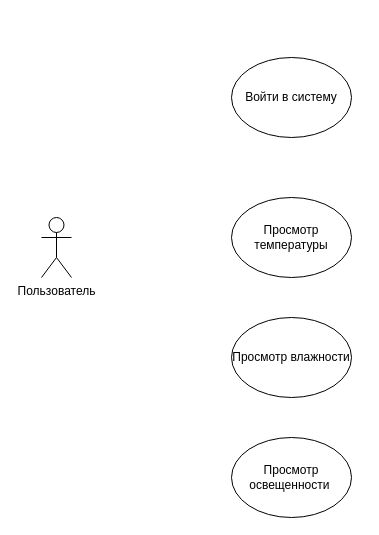
Earlier version of the draw.io diagram 10iot.drawio (Merfarion/Diagrams-and-schemes). Source tidied: cells renumbered, new cells numbered last; positions are measured from the earlier drawing's top-left corner, leaving out a move shared by most shapes. Both pictures are drawn from the tidied source at 100%, with x=0, y=0 at pixel (41, 57).
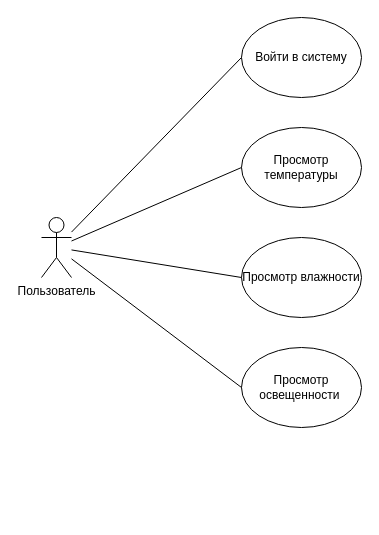
The same diagram, later.

Change to the diagram source:
```diff
@@
 <mxGraphModel>
   <root>
     <mxCell id="0" />
     <mxCell id="1" parent="0" />
     <mxCell id="2" value="Пользователь" style="shape=umlActor;verticalLabelPosition=bottom;verticalAlign=top;html=1;outlineConnect=0;" parent="1" vertex="1">
       <mxGeometry y="160" width="30" height="60" as="geometry" />
     </mxCell>
     <mxCell id="3" value="Войти в систему" style="ellipse;whiteSpace=wrap;html=1;" parent="1" vertex="1">
-      <mxGeometry x="190" width="120" height="80" as="geometry" />
+      <mxGeometry x="200" y="-40" width="120" height="80" as="geometry" />
     </mxCell>
     <mxCell id="4" value="Просмотр температуры" style="ellipse;whiteSpace=wrap;html=1;" parent="1" vertex="1">
-      <mxGeometry x="190" y="140" width="120" height="80" as="geometry" />
+      <mxGeometry x="200" y="70" width="120" height="80" as="geometry" />
     </mxCell>
     <mxCell id="5" value="Просмотр влажности" style="ellipse;whiteSpace=wrap;html=1;" parent="1" vertex="1">
-      <mxGeometry x="190" y="260" width="120" height="80" as="geometry" />
+      <mxGeometry x="200" y="180" width="120" height="80" as="geometry" />
     </mxCell>
     <mxCell id="6" value="Просмотр освещенности&amp;nbsp;" style="ellipse;whiteSpace=wrap;html=1;" parent="1" vertex="1">
-      <mxGeometry x="190" y="380" width="120" height="80" as="geometry" />
+      <mxGeometry x="200" y="290" width="120" height="80" as="geometry" />
     </mxCell>
+    <mxCell id="7" style="endArrow=none;html=1;rounded=0;entryX=0;entryY=0.5;entryDx=0;entryDy=0;" parent="1" edge="1" source="2" target="3">
+      <mxGeometry relative="1" as="geometry" />
+    </mxCell>
+    <mxCell id="8" style="endArrow=none;html=1;rounded=0;entryX=0;entryY=0.5;entryDx=0;entryDy=0;" parent="1" edge="1" source="2" target="4">
+      <mxGeometry relative="1" as="geometry" />
+    </mxCell>
+    <mxCell id="9" style="endArrow=none;html=1;rounded=0;entryX=0;entryY=0.5;entryDx=0;entryDy=0;" parent="1" edge="1" source="2" target="5">
+      <mxGeometry relative="1" as="geometry" />
+    </mxCell>
+    <mxCell id="10" style="endArrow=none;html=1;rounded=0;entryX=0;entryY=0.5;entryDx=0;entryDy=0;" parent="1" edge="1" source="2" target="6">
+      <mxGeometry relative="1" as="geometry" />
+    </mxCell>
   </root>
 </mxGraphModel>
```
